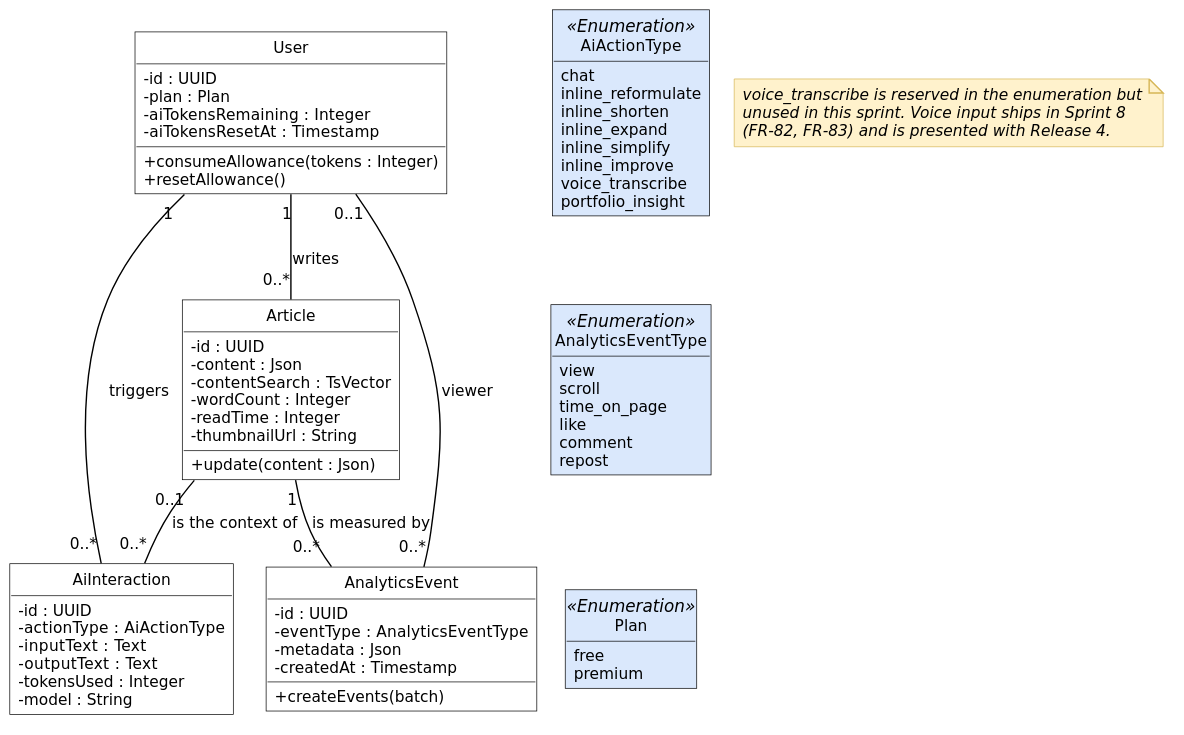
This is diagrams/fig-4-5-classes-sprint-2/fig-4-5-classes-sprint-2.svg from inkwell-dev/spec.inkwell.ai, a PlantUML export, as it was before one commit.
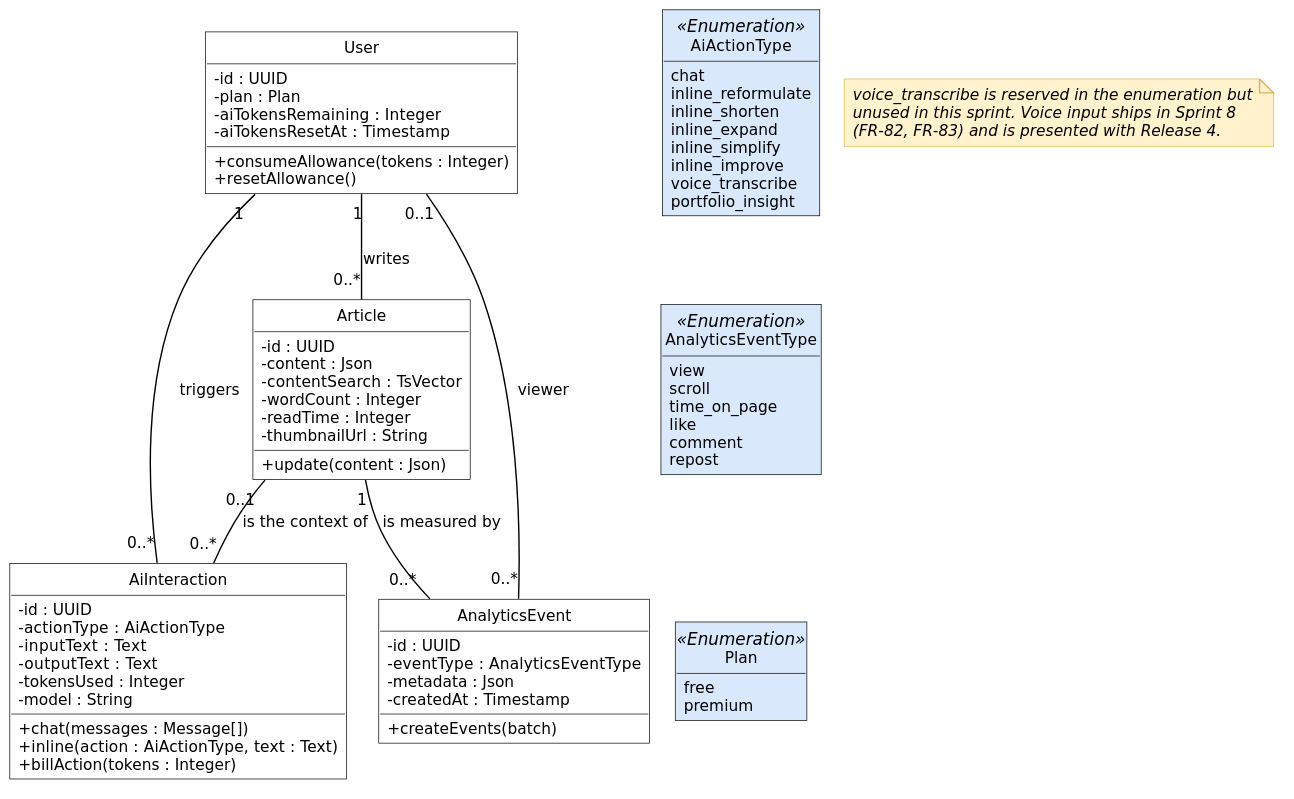
Later version of the same file.

Change to the diagram source:
```diff
@@ -29,6 +29,9 @@
   - outputText : Text
   - tokensUsed : Integer
   - model : String
+  + chat(messages : Message[])
+  + inline(action : AiActionType, text : Text)
+  + billAction(tokens : Integer)
 }
 class AnalyticsEvent {
   - id : UUID
```
